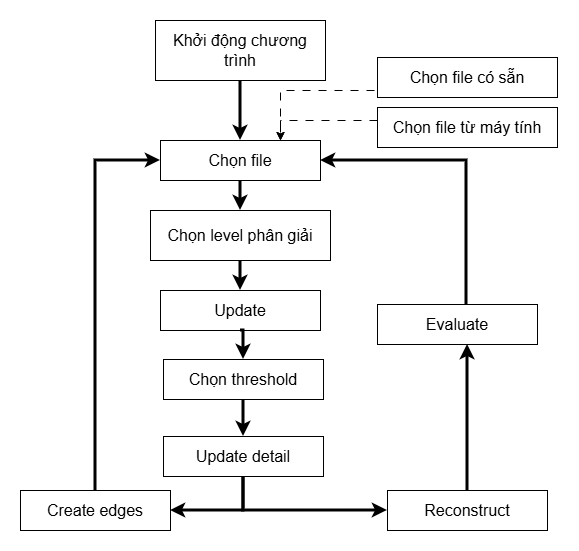
Earlier version of the draw.io export PDF/AppFlowchart.png (Ph-Thinh-tech/BTL_DSTT). Source tidied: cells renumbered, new cells last; positions are measured from the earlier drawing's top-left corner, leaving out a move shared by most shapes. The source it was exported from:
```xml
<mxGraphModel background="light-dark(#FFFFFF,#FFFFFF)">
  <root>
    <mxCell id="0" />
    <mxCell id="1" parent="0" />
    <mxCell id="2" style="edgeStyle=orthogonalEdgeStyle;rounded=0;jettySize=auto;html=1;entryX=0.5;entryY=0;entryDx=0;entryDy=0;strokeColor=#000000;fontColor=#000000;strokeWidth=3;" parent="1" edge="1" source="3" target="5">
      <mxGeometry relative="1" as="geometry" />
    </mxCell>
    <mxCell id="3" value="Khởi động chương trình" style="text;html=1;whiteSpace=wrap;strokeColor=#000000;fillColor=none;align=center;verticalAlign=middle;rounded=0;fontSize=16;fontColor=#000000;" parent="1" vertex="1">
      <mxGeometry x="135" width="170" height="60" as="geometry" />
    </mxCell>
    <mxCell id="4" style="edgeStyle=orthogonalEdgeStyle;rounded=0;jettySize=auto;html=1;entryX=0.5;entryY=0;entryDx=0;entryDy=0;strokeColor=#000000;fontColor=#000000;strokeWidth=3;" parent="1" edge="1" source="5" target="10">
      <mxGeometry relative="1" as="geometry" />
    </mxCell>
    <mxCell id="5" value="Chọn file" style="text;html=1;whiteSpace=wrap;strokeColor=#000000;fillColor=none;align=center;verticalAlign=middle;rounded=0;fontSize=16;fontColor=#000000;" parent="1" vertex="1">
      <mxGeometry x="140" y="120" width="160" height="40" as="geometry" />
    </mxCell>
    <mxCell id="6" style="edgeStyle=orthogonalEdgeStyle;rounded=0;jettySize=auto;html=1;exitX=0;exitY=0.5;exitDx=0;exitDy=0;entryX=0.75;entryY=0;entryDx=0;entryDy=0;strokeColor=#000000;fontColor=#000000;dashed=1;dashPattern=8 8;" parent="1" edge="1" source="7" target="5">
      <mxGeometry relative="1" as="geometry">
        <Array as="points">
          <mxPoint x="357" y="70" />
          <mxPoint x="260" y="70" />
        </Array>
      </mxGeometry>
    </mxCell>
    <mxCell id="7" value="Chọn file có sẵn" style="text;html=1;whiteSpace=wrap;strokeColor=#000000;fillColor=none;align=center;verticalAlign=middle;rounded=0;fontSize=16;fontColor=#000000;" parent="1" vertex="1">
      <mxGeometry x="357" y="37" width="180" height="40" as="geometry" />
    </mxCell>
    <mxCell id="8" style="edgeStyle=orthogonalEdgeStyle;rounded=0;jettySize=auto;html=1;entryX=0.75;entryY=0;entryDx=0;entryDy=0;strokeColor=#000000;dashed=1;dashPattern=8 8;" parent="1" edge="1" source="9" target="5">
      <mxGeometry relative="1" as="geometry">
        <Array as="points">
          <mxPoint x="260" y="100" />
        </Array>
      </mxGeometry>
    </mxCell>
    <mxCell id="9" value="Chọn file từ máy tính" style="text;html=1;whiteSpace=wrap;strokeColor=#000000;fillColor=none;align=center;verticalAlign=middle;rounded=0;fontSize=16;fontColor=#000000;" parent="1" vertex="1">
      <mxGeometry x="357" y="87" width="180" height="40" as="geometry" />
    </mxCell>
    <mxCell id="10" value="Chọn level phân giải" style="text;html=1;whiteSpace=wrap;strokeColor=#000000;fillColor=none;align=center;verticalAlign=middle;rounded=0;fontSize=16;fontColor=#000000;" parent="1" vertex="1">
      <mxGeometry x="130" y="190" width="180" height="50" as="geometry" />
    </mxCell>
    <mxCell id="11" style="edgeStyle=orthogonalEdgeStyle;rounded=0;jettySize=auto;html=1;exitX=0.5;exitY=1;exitDx=0;exitDy=0;entryX=0.5;entryY=0;entryDx=0;entryDy=0;strokeColor=#000000;fontColor=#000000;strokeWidth=3;" parent="1" edge="1" source="12" target="14">
      <mxGeometry relative="1" as="geometry" />
    </mxCell>
    <mxCell id="12" value="Update" style="text;html=1;whiteSpace=wrap;strokeColor=#000000;fillColor=none;align=center;verticalAlign=middle;rounded=0;fontSize=16;fontColor=#000000;" parent="1" vertex="1">
      <mxGeometry x="140" y="270" width="160" height="40" as="geometry" />
    </mxCell>
    <mxCell id="13" style="edgeStyle=orthogonalEdgeStyle;rounded=0;jettySize=auto;html=1;exitX=0.5;exitY=1;exitDx=0;exitDy=0;entryX=0.5;entryY=0;entryDx=0;entryDy=0;strokeColor=#000000;fontColor=#000000;strokeWidth=3;" parent="1" edge="1" source="14" target="17">
      <mxGeometry relative="1" as="geometry" />
    </mxCell>
    <mxCell id="14" value="Chọn threshold" style="text;html=1;whiteSpace=wrap;strokeColor=#000000;fillColor=none;align=center;verticalAlign=middle;rounded=0;fontSize=16;fontColor=#000000;" parent="1" vertex="1">
      <mxGeometry x="143" y="339" width="160" height="40" as="geometry" />
    </mxCell>
    <mxCell id="15" style="edgeStyle=orthogonalEdgeStyle;rounded=0;jettySize=auto;html=1;entryX=1;entryY=0.5;entryDx=0;entryDy=0;strokeColor=#000000;fontColor=#000000;strokeWidth=3;" parent="1" edge="1" source="17" target="19">
      <mxGeometry relative="1" as="geometry" />
    </mxCell>
    <mxCell id="16" style="edgeStyle=orthogonalEdgeStyle;rounded=0;jettySize=auto;html=1;exitX=0.5;exitY=1;exitDx=0;exitDy=0;entryX=0;entryY=0.5;entryDx=0;entryDy=0;strokeColor=#000000;fontColor=#000000;strokeWidth=3;" parent="1" edge="1" source="17" target="20">
      <mxGeometry relative="1" as="geometry" />
    </mxCell>
    <mxCell id="17" value="Update detail" style="text;html=1;whiteSpace=wrap;strokeColor=#000000;fillColor=none;align=center;verticalAlign=middle;rounded=0;fontSize=16;fontColor=#000000;" parent="1" vertex="1">
      <mxGeometry x="143" y="416" width="160" height="40" as="geometry" />
    </mxCell>
    <mxCell id="18" style="edgeStyle=orthogonalEdgeStyle;rounded=0;jettySize=auto;html=1;exitX=0.5;exitY=0;exitDx=0;exitDy=0;entryX=0;entryY=0.5;entryDx=0;entryDy=0;strokeColor=#000000;strokeWidth=3;" parent="1" edge="1" source="19" target="5">
      <mxGeometry relative="1" as="geometry" />
    </mxCell>
    <mxCell id="19" value="Create edges" style="text;html=1;whiteSpace=wrap;strokeColor=#000000;fillColor=none;align=center;verticalAlign=middle;rounded=0;fontSize=16;fontColor=#000000;" parent="1" vertex="1">
      <mxGeometry y="470" width="150" height="40" as="geometry" />
    </mxCell>
    <mxCell id="20" value="Reconstruct" style="text;html=1;whiteSpace=wrap;strokeColor=#000000;fillColor=none;align=center;verticalAlign=middle;rounded=0;fontSize=16;fontColor=#000000;" parent="1" vertex="1">
      <mxGeometry x="367" y="470" width="160" height="40" as="geometry" />
    </mxCell>
    <mxCell id="21" style="edgeStyle=orthogonalEdgeStyle;rounded=0;jettySize=auto;html=1;entryX=1;entryY=0.5;entryDx=0;entryDy=0;strokeColor=#000000;strokeWidth=3;" parent="1" edge="1" source="22" target="5">
      <mxGeometry relative="1" as="geometry">
        <Array as="points">
          <mxPoint x="446" y="140" />
        </Array>
      </mxGeometry>
    </mxCell>
    <mxCell id="22" value="Evaluate" style="text;html=1;whiteSpace=wrap;strokeColor=#000000;fillColor=none;align=center;verticalAlign=middle;rounded=0;fontSize=16;fontColor=#000000;" parent="1" vertex="1">
      <mxGeometry x="357" y="284" width="160" height="40" as="geometry" />
    </mxCell>
    <mxCell id="23" style="edgeStyle=orthogonalEdgeStyle;rounded=0;jettySize=auto;html=1;entryX=0.5;entryY=0;entryDx=0;entryDy=0;strokeColor=#000000;fontColor=#000000;strokeWidth=3;" parent="1" edge="1" source="10" target="12">
      <mxGeometry relative="1" as="geometry" />
    </mxCell>
    <mxCell id="24" style="edgeStyle=orthogonalEdgeStyle;rounded=0;jettySize=auto;html=1;entryX=0.563;entryY=1;entryDx=0;entryDy=0;entryPerimeter=0;strokeColor=#000000;fontColor=#000000;strokeWidth=3;" parent="1" edge="1" source="20" target="22">
      <mxGeometry relative="1" as="geometry" />
    </mxCell>
  </root>
</mxGraphModel>
```
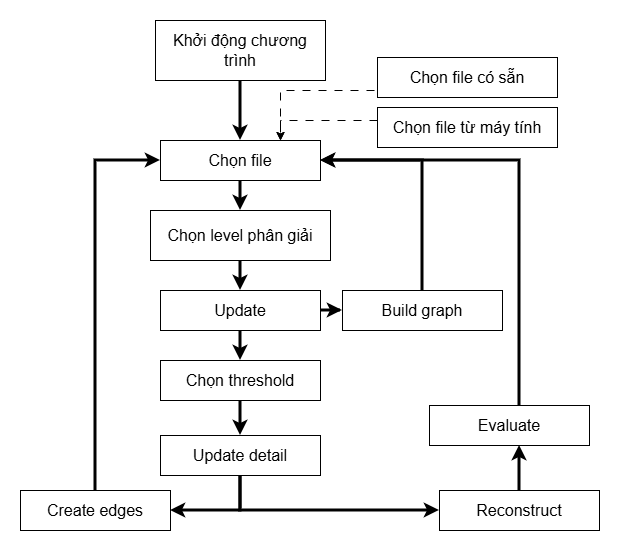
Above is the later version.

Change to the diagram source:
```diff
@@ -41,6 +41,9 @@
     <mxCell id="11" style="edgeStyle=orthogonalEdgeStyle;rounded=0;jettySize=auto;html=1;exitX=0.5;exitY=1;exitDx=0;exitDy=0;entryX=0.5;entryY=0;entryDx=0;entryDy=0;strokeColor=#000000;fontColor=#000000;strokeWidth=3;" parent="1" edge="1" source="12" target="14">
       <mxGeometry relative="1" as="geometry" />
     </mxCell>
+    <mxCell id="25" style="edgeStyle=orthogonalEdgeStyle;rounded=0;jettySize=auto;html=1;entryX=0;entryY=0.5;entryDx=0;entryDy=0;strokeColor=#000000;strokeWidth=3;" parent="1" edge="1" source="12" target="27">
+      <mxGeometry relative="1" as="geometry" />
+    </mxCell>
     <mxCell id="12" value="Update" style="text;html=1;whiteSpace=wrap;strokeColor=#000000;fillColor=none;align=center;verticalAlign=middle;rounded=0;fontSize=16;fontColor=#000000;" parent="1" vertex="1">
       <mxGeometry x="140" y="270" width="160" height="40" as="geometry" />
     </mxCell>
@@ -48,7 +51,7 @@
       <mxGeometry relative="1" as="geometry" />
     </mxCell>
     <mxCell id="14" value="Chọn threshold" style="text;html=1;whiteSpace=wrap;strokeColor=#000000;fillColor=none;align=center;verticalAlign=middle;rounded=0;fontSize=16;fontColor=#000000;" parent="1" vertex="1">
-      <mxGeometry x="143" y="339" width="160" height="40" as="geometry" />
+      <mxGeometry x="140" y="340" width="160" height="40" as="geometry" />
     </mxCell>
     <mxCell id="15" style="edgeStyle=orthogonalEdgeStyle;rounded=0;jettySize=auto;html=1;entryX=1;entryY=0.5;entryDx=0;entryDy=0;strokeColor=#000000;fontColor=#000000;strokeWidth=3;" parent="1" edge="1" source="17" target="19">
       <mxGeometry relative="1" as="geometry" />
@@ -57,7 +60,7 @@
       <mxGeometry relative="1" as="geometry" />
     </mxCell>
     <mxCell id="17" value="Update detail" style="text;html=1;whiteSpace=wrap;strokeColor=#000000;fillColor=none;align=center;verticalAlign=middle;rounded=0;fontSize=16;fontColor=#000000;" parent="1" vertex="1">
-      <mxGeometry x="143" y="416" width="160" height="40" as="geometry" />
+      <mxGeometry x="140" y="415" width="160" height="40" as="geometry" />
     </mxCell>
     <mxCell id="18" style="edgeStyle=orthogonalEdgeStyle;rounded=0;jettySize=auto;html=1;exitX=0.5;exitY=0;exitDx=0;exitDy=0;entryX=0;entryY=0.5;entryDx=0;entryDy=0;strokeColor=#000000;strokeWidth=3;" parent="1" edge="1" source="19" target="5">
       <mxGeometry relative="1" as="geometry" />
@@ -66,17 +69,17 @@
       <mxGeometry y="470" width="150" height="40" as="geometry" />
     </mxCell>
     <mxCell id="20" value="Reconstruct" style="text;html=1;whiteSpace=wrap;strokeColor=#000000;fillColor=none;align=center;verticalAlign=middle;rounded=0;fontSize=16;fontColor=#000000;" parent="1" vertex="1">
-      <mxGeometry x="367" y="470" width="160" height="40" as="geometry" />
+      <mxGeometry x="419" y="470" width="160" height="40" as="geometry" />
     </mxCell>
     <mxCell id="21" style="edgeStyle=orthogonalEdgeStyle;rounded=0;jettySize=auto;html=1;entryX=1;entryY=0.5;entryDx=0;entryDy=0;strokeColor=#000000;strokeWidth=3;" parent="1" edge="1" source="22" target="5">
       <mxGeometry relative="1" as="geometry">
         <Array as="points">
-          <mxPoint x="446" y="140" />
+          <mxPoint x="499" y="140" />
         </Array>
       </mxGeometry>
     </mxCell>
     <mxCell id="22" value="Evaluate" style="text;html=1;whiteSpace=wrap;strokeColor=#000000;fillColor=none;align=center;verticalAlign=middle;rounded=0;fontSize=16;fontColor=#000000;" parent="1" vertex="1">
-      <mxGeometry x="357" y="284" width="160" height="40" as="geometry" />
+      <mxGeometry x="409" y="385" width="160" height="40" as="geometry" />
     </mxCell>
     <mxCell id="23" style="edgeStyle=orthogonalEdgeStyle;rounded=0;jettySize=auto;html=1;entryX=0.5;entryY=0;entryDx=0;entryDy=0;strokeColor=#000000;fontColor=#000000;strokeWidth=3;" parent="1" edge="1" source="10" target="12">
       <mxGeometry relative="1" as="geometry" />
@@ -84,5 +87,15 @@
     <mxCell id="24" style="edgeStyle=orthogonalEdgeStyle;rounded=0;jettySize=auto;html=1;entryX=0.563;entryY=1;entryDx=0;entryDy=0;entryPerimeter=0;strokeColor=#000000;fontColor=#000000;strokeWidth=3;" parent="1" edge="1" source="20" target="22">
       <mxGeometry relative="1" as="geometry" />
     </mxCell>
+    <mxCell id="26" style="edgeStyle=orthogonalEdgeStyle;rounded=0;jettySize=auto;html=1;entryX=1;entryY=0.5;entryDx=0;entryDy=0;strokeColor=#000000;strokeWidth=3;" parent="1" edge="1" source="27" target="5">
+      <mxGeometry relative="1" as="geometry">
+        <Array as="points">
+          <mxPoint x="402" y="140" />
+        </Array>
+      </mxGeometry>
+    </mxCell>
+    <mxCell id="27" value="Build graph" style="text;html=1;whiteSpace=wrap;strokeColor=#000000;fillColor=none;align=center;verticalAlign=middle;rounded=0;fontSize=16;fontColor=#000000;" parent="1" vertex="1">
+      <mxGeometry x="322" y="270" width="160" height="40" as="geometry" />
+    </mxCell>
   </root>
 </mxGraphModel>
```
